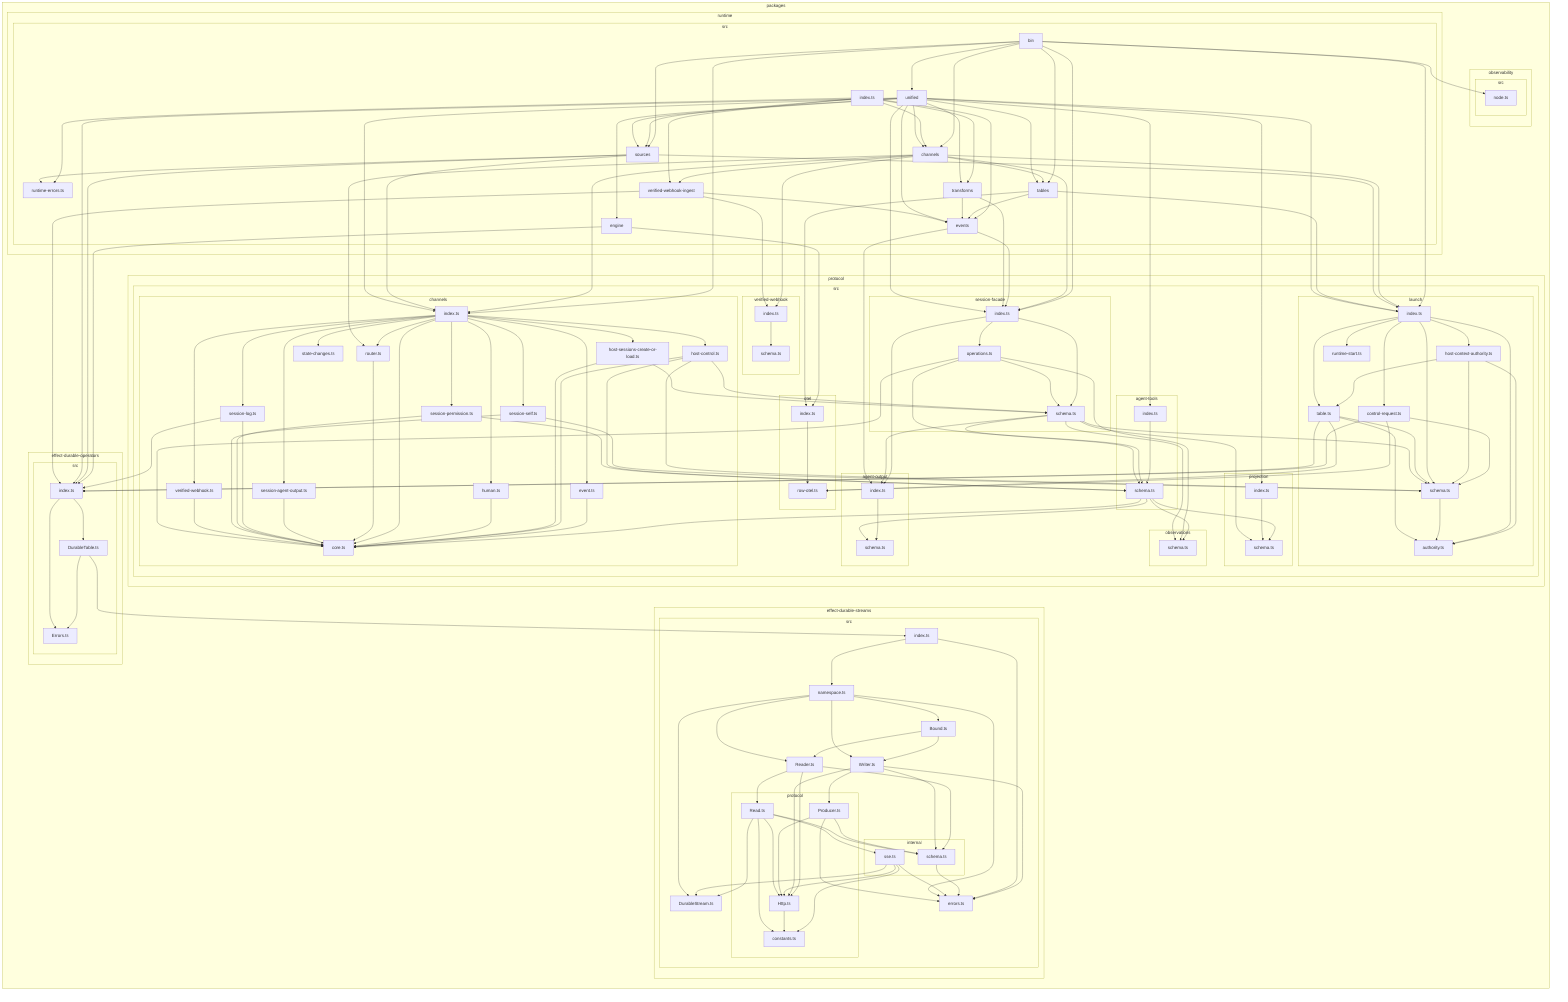
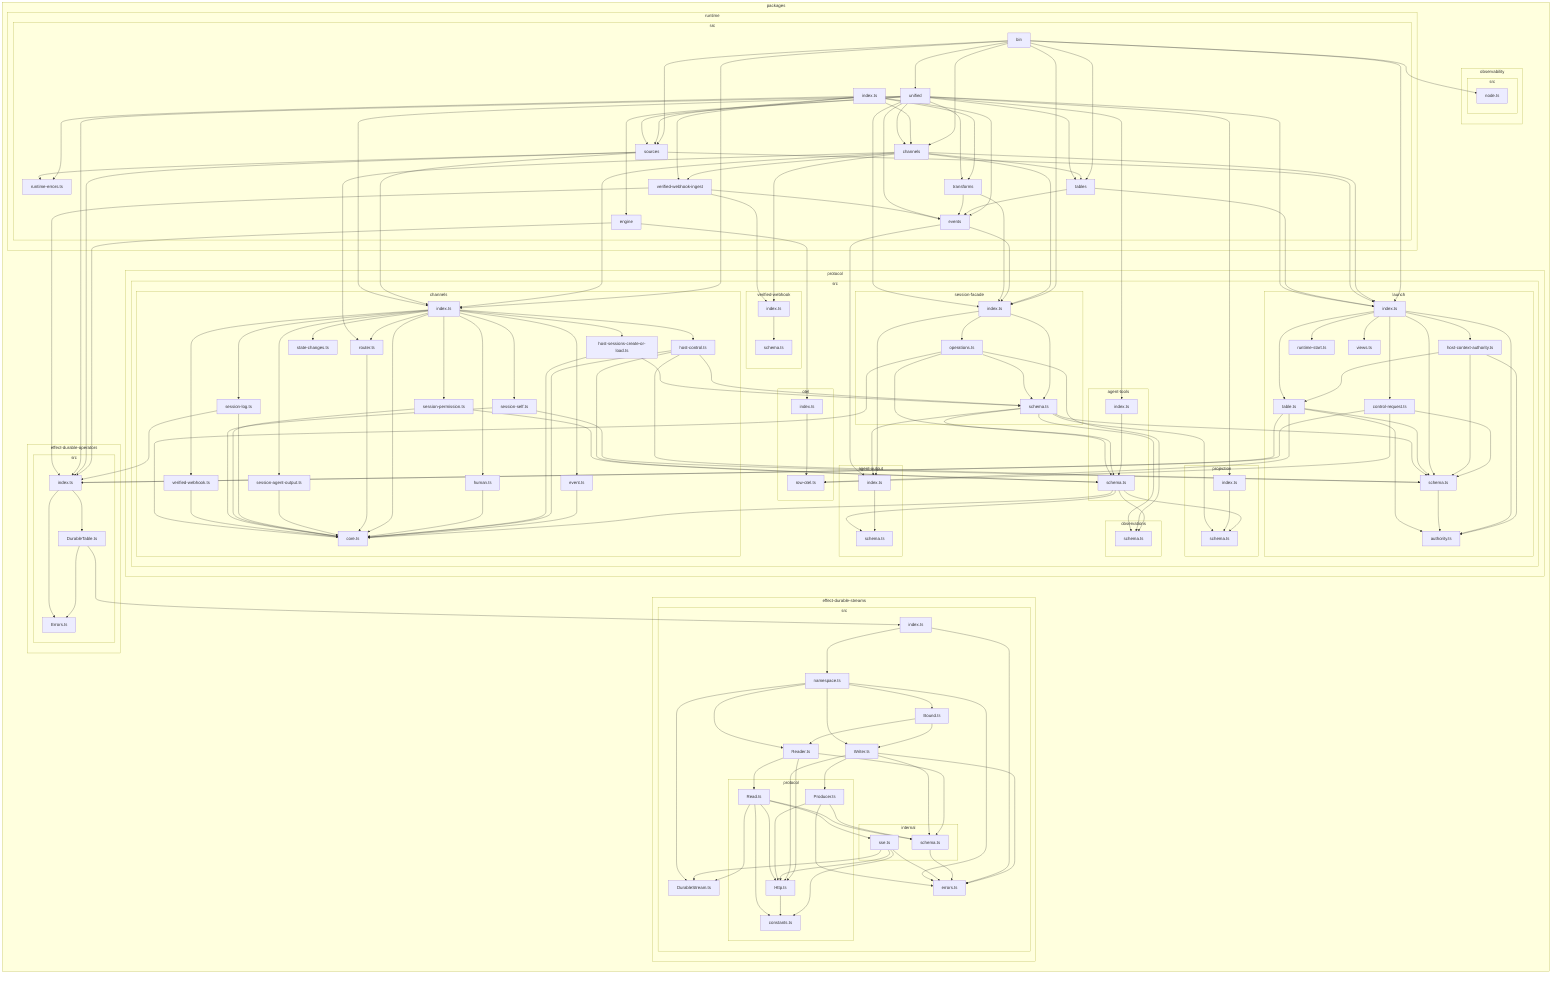
flowchart LR

subgraph 0["packages"]
subgraph 1["effect-durable-operators"]
subgraph 2["src"]
3["DurableTable.ts"]
4["Errors.ts"]
5["index.ts"]
end
end
subgraph 6["effect-durable-streams"]
subgraph 7["src"]
8["Bound.ts"]
9["DurableStream.ts"]
A["Reader.ts"]
B["Writer.ts"]
C["errors.ts"]
D["index.ts"]
subgraph E["internal"]
F["schema.ts"]
G["sse.ts"]
end
H["namespace.ts"]
subgraph I["protocol"]
J["Http.ts"]
K["Producer.ts"]
L["Read.ts"]
M["constants.ts"]
end
end
end
subgraph N["observability"]
subgraph O["src"]
P["node.ts"]
end
end
subgraph Q["protocol"]
subgraph R["src"]
subgraph S["agent-output"]
T["index.ts"]
U["schema.ts"]
end
subgraph V["agent-tools"]
W["index.ts"]
X["schema.ts"]
end
subgraph Y["channels"]
Z["core.ts"]
10["event.ts"]
11["host-control.ts"]
12["host-sessions-create-or-load.ts"]
13["human.ts"]
14["index.ts"]
15["router.ts"]
16["session-agent-output.ts"]
17["session-log.ts"]
18["session-permission.ts"]
19["session-self.ts"]
1A["state-changes.ts"]
1B["verified-webhook.ts"]
end
subgraph 1C["launch"]
1D["authority.ts"]
1E["control-request.ts"]
1F["host-context-authority.ts"]
1G["index.ts"]
1H["runtime-start.ts"]
1I["schema.ts"]
1J["table.ts"]
- end
- subgraph 1K["observations"]
- 1L["schema.ts"]
- end
- subgraph 1M["otel"]
- 1N["index.ts"]
- 1O["row-otel.ts"]
- end
- subgraph 1P["projection"]
- 1Q["index.ts"]
- 1R["schema.ts"]
- end
- subgraph 1S["session-facade"]
- 1T["index.ts"]
- 1U["operations.ts"]
- 1V["schema.ts"]
- end
- subgraph 1W["verified-webhook"]
- 1X["index.ts"]
- 1Y["schema.ts"]
- end
- end
- end
- subgraph 1Z["runtime"]
- subgraph 20["src"]
- 21["bin"]
- 22["channels"]
- 23["engine"]
- 24["events"]
- 25["index.ts"]
- 26["runtime-errors.ts"]
- 27["sources"]
- 28["tables"]
- 29["transforms"]
- 2A["unified"]
- 2B["verified-webhook-ingest"]
+ 1K["views.ts"]
+ end
+ subgraph 1L["observations"]
+ 1M["schema.ts"]
+ end
+ subgraph 1N["otel"]
+ 1O["index.ts"]
+ 1P["row-otel.ts"]
+ end
+ subgraph 1Q["projection"]
+ 1R["index.ts"]
+ 1S["schema.ts"]
+ end
+ subgraph 1T["session-facade"]
+ 1U["index.ts"]
+ 1V["operations.ts"]
+ 1W["schema.ts"]
+ end
+ subgraph 1X["verified-webhook"]
+ 1Y["index.ts"]
+ 1Z["schema.ts"]
+ end
+ end
+ end
+ subgraph 20["runtime"]
+ subgraph 21["src"]
+ 22["bin"]
+ 23["channels"]
+ 24["engine"]
+ 25["events"]
+ 26["index.ts"]
+ 27["runtime-errors.ts"]
+ 28["sources"]
+ 29["tables"]
+ 2A["transforms"]
+ 2B["unified"]
+ 2C["verified-webhook-ingest"]
end
end
end
3-->4
3-->D
5-->3
5-->4
8-->A
8-->B
A-->F
A-->J
A-->L
B-->C
B-->F
B-->J
B-->K
D-->C
D-->H
F-->C
G-->9
G-->C
G-->M
G-->J
H-->8
H-->9
H-->C
H-->A
H-->B
J-->M
K-->C
K-->F
K-->J
L-->9
L-->F
L-->G
L-->M
L-->J
T-->U
W-->X
X-->U
X-->Z
- X-->1L
- X-->1R
+ X-->1M
+ X-->1S
10-->Z
11-->X
11-->1I
- 11-->1V
+ 11-->1W
11-->Z
- 12-->1V
+ 12-->1W
12-->Z
13-->Z
14-->Z
14-->10
14-->11
14-->12
14-->13
14-->15
14-->16
14-->17
14-->18
14-->19
14-->1A
14-->1B
15-->Z
16-->Z
17-->Z
17-->5
18-->X
18-->Z
19-->1I
19-->Z
1B-->Z
- 1E-->1O
+ 1E-->1P
1E-->1I
1E-->5
1F-->1D
1F-->1I
1F-->1J
1G-->1D
1G-->1E
1G-->1F
1G-->1H
1G-->1I
1G-->1J
+ 1G-->1K
1I-->1D
- 1J-->1O
+ 1J-->1P
1J-->1D
1J-->1I
1J-->5
- 1N-->1O
- 1Q-->1R
- 1T-->T
- 1T-->1U
- 1T-->1V
- 1U-->X
- 1U-->Z
- 1U-->1L
+ 1O-->1P
+ 1R-->1S
+ 1U-->T
1U-->1V
- 1V-->T
+ 1U-->1W
1V-->X
- 1V-->1I
- 1V-->1L
- 1V-->1R
- 1X-->1Y
- 21-->22
- 21-->27
- 21-->28
- 21-->2A
- 21-->P
- 21-->14
- 21-->1G
- 21-->1T
- 22-->15
+ 1V-->Z
+ 1V-->1M
+ 1V-->1W
+ 1W-->T
+ 1W-->X
+ 1W-->1I
+ 1W-->1M
+ 1W-->1S
+ 1Y-->1Z
+ 22-->1G
+ 22-->23
22-->28
+ 22-->29
+ 22-->2B
+ 22-->P
22-->14
- 22-->1G
- 22-->1T
- 22-->2B
- 22-->1X
- 23-->1N
- 23-->5
- 24-->T
- 24-->1T
- 25-->22
- 25-->24
- 25-->26
- 25-->27
- 25-->29
- 25-->2B
- 27-->1G
- 27-->26
- 27-->5
- 27-->14
+ 22-->1U
+ 23-->14
+ 23-->1U
+ 23-->15
+ 23-->1G
+ 23-->29
+ 23-->2C
+ 23-->1Y
+ 24-->1O
+ 24-->5
+ 25-->T
+ 25-->1U
+ 26-->23
+ 26-->25
+ 26-->27
+ 26-->28
+ 26-->2A
+ 26-->2C
+ 28-->14
28-->1G
- 28-->24
- 28-->1N
- 29-->24
- 29-->1T
- 2A-->22
- 2A-->23
- 2A-->27
- 2A-->28
- 2A-->1G
- 2A-->24
- 2A-->W
- 2A-->14
- 2A-->5
- 2A-->1T
- 2A-->1Q
- 2A-->29
+ 28-->27
+ 28-->5
+ 29-->1G
+ 29-->25
+ 2A-->25
+ 2A-->1U
+ 2B-->23
2B-->24
- 2B-->1X
+ 2B-->28
+ 2B-->29
+ 2B-->1G
+ 2B-->25
+ 2B-->W
+ 2B-->14
2B-->5
+ 2B-->1U
+ 2B-->1R
+ 2B-->2A
+ 2C-->25
+ 2C-->1Y
+ 2C-->5
